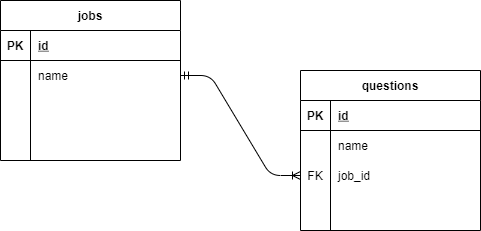
KojimaNaoyuki/self-analysis-tool-API keeps this draw.io diagram as .drawio.png. Above is the earlier version. Source tidied: cells renumbered, new cells last; positions are measured from the earlier drawing's top-left corner, leaving out a move shared by most shapes. Its diagram source:
```xml
<mxGraphModel>
  <root>
    <mxCell id="0" />
    <mxCell id="1" parent="0" />
    <mxCell id="2" value="questions" style="shape=table;startSize=30;rowLines=0;fontStyle=1;align=center;" parent="1" vertex="1">
      <mxGeometry x="300" y="70" width="180" height="160" as="geometry" />
    </mxCell>
    <mxCell id="3" style="shape=partialRectangle;fillColor=none;top=0;left=0;bottom=1;right=0;" parent="2" vertex="1">
      <mxGeometry y="30" width="180" height="30" as="geometry" />
    </mxCell>
    <mxCell id="4" value="PK" style="shape=partialRectangle;fillColor=none;top=0;left=0;bottom=0;right=0;fontStyle=1;overflow=hidden;" parent="3" vertex="1">
      <mxGeometry width="30" height="30" as="geometry" />
    </mxCell>
    <mxCell id="5" value="id" style="shape=partialRectangle;fillColor=none;top=0;left=0;bottom=0;right=0;align=left;spacingLeft=6;fontStyle=5;overflow=hidden;" parent="3" vertex="1">
      <mxGeometry x="30" width="150" height="30" as="geometry" />
    </mxCell>
    <mxCell id="6" style="shape=partialRectangle;fillColor=none;top=0;left=0;bottom=0;right=0;" parent="2" vertex="1">
      <mxGeometry y="60" width="180" height="30" as="geometry" />
    </mxCell>
    <mxCell id="7" style="shape=partialRectangle;fillColor=none;top=0;left=0;bottom=0;right=0;overflow=hidden;" parent="6" vertex="1">
      <mxGeometry width="30" height="30" as="geometry" />
    </mxCell>
    <mxCell id="8" value="name" style="shape=partialRectangle;fillColor=none;top=0;left=0;bottom=0;right=0;align=left;spacingLeft=6;overflow=hidden;" parent="6" vertex="1">
      <mxGeometry x="30" width="150" height="30" as="geometry" />
    </mxCell>
    <mxCell id="9" style="shape=partialRectangle;fillColor=none;top=0;left=0;bottom=0;right=0;points=[[0,0.5],[1,0.5]];portConstraint=eastwest;" parent="2" vertex="1">
      <mxGeometry y="90" width="180" height="30" as="geometry" />
    </mxCell>
    <mxCell id="10" value="FK" style="shape=partialRectangle;fillColor=none;top=0;left=0;bottom=0;right=0;overflow=hidden;" parent="9" vertex="1">
      <mxGeometry width="30" height="30" as="geometry" />
    </mxCell>
    <mxCell id="11" value="job_id" style="shape=partialRectangle;fillColor=none;top=0;left=0;bottom=0;right=0;align=left;spacingLeft=6;overflow=hidden;" parent="9" vertex="1">
      <mxGeometry x="30" width="150" height="30" as="geometry" />
    </mxCell>
    <mxCell id="12" style="shape=partialRectangle;fillColor=none;top=0;left=0;bottom=0;right=0;" parent="2" vertex="1">
      <mxGeometry y="120" width="180" height="30" as="geometry" />
    </mxCell>
    <mxCell id="13" style="shape=partialRectangle;fillColor=none;top=0;left=0;bottom=0;right=0;overflow=hidden;" parent="12" vertex="1">
      <mxGeometry width="30" height="30" as="geometry" />
    </mxCell>
    <mxCell id="14" style="shape=partialRectangle;fillColor=none;top=0;left=0;bottom=0;right=0;align=left;spacingLeft=6;overflow=hidden;" parent="12" vertex="1">
      <mxGeometry x="30" width="150" height="30" as="geometry" />
    </mxCell>
    <mxCell id="15" value="jobs" style="shape=table;startSize=30;rowLines=0;fontStyle=1;align=center;" parent="1" vertex="1">
      <mxGeometry width="180" height="160" as="geometry" />
    </mxCell>
    <mxCell id="16" style="shape=partialRectangle;fillColor=none;top=0;left=0;bottom=1;right=0;" parent="15" vertex="1">
      <mxGeometry y="30" width="180" height="30" as="geometry" />
    </mxCell>
    <mxCell id="17" value="PK" style="shape=partialRectangle;fillColor=none;top=0;left=0;bottom=0;right=0;fontStyle=1;overflow=hidden;" parent="16" vertex="1">
      <mxGeometry width="30" height="30" as="geometry" />
    </mxCell>
    <mxCell id="18" value="id" style="shape=partialRectangle;fillColor=none;top=0;left=0;bottom=0;right=0;align=left;spacingLeft=6;fontStyle=5;overflow=hidden;" parent="16" vertex="1">
      <mxGeometry x="30" width="150" height="30" as="geometry" />
    </mxCell>
    <mxCell id="19" style="shape=partialRectangle;fillColor=none;top=0;left=0;bottom=0;right=0;points=[[0,0.5],[1,0.5]];portConstraint=eastwest;" parent="15" vertex="1">
      <mxGeometry y="60" width="180" height="30" as="geometry" />
    </mxCell>
    <mxCell id="20" style="shape=partialRectangle;fillColor=none;top=0;left=0;bottom=0;right=0;overflow=hidden;" parent="19" vertex="1">
      <mxGeometry width="30" height="30" as="geometry" />
    </mxCell>
    <mxCell id="21" value="name" style="shape=partialRectangle;fillColor=none;top=0;left=0;bottom=0;right=0;align=left;spacingLeft=6;overflow=hidden;" parent="19" vertex="1">
      <mxGeometry x="30" width="150" height="30" as="geometry" />
    </mxCell>
    <mxCell id="22" style="shape=partialRectangle;fillColor=none;top=0;left=0;bottom=0;right=0;" parent="15" vertex="1">
      <mxGeometry y="90" width="180" height="30" as="geometry" />
    </mxCell>
    <mxCell id="23" style="shape=partialRectangle;fillColor=none;top=0;left=0;bottom=0;right=0;overflow=hidden;" parent="22" vertex="1">
      <mxGeometry width="30" height="30" as="geometry" />
    </mxCell>
    <mxCell id="24" style="shape=partialRectangle;fillColor=none;top=0;left=0;bottom=0;right=0;align=left;spacingLeft=6;overflow=hidden;" parent="22" vertex="1">
      <mxGeometry x="30" width="150" height="30" as="geometry" />
    </mxCell>
    <mxCell id="25" style="shape=partialRectangle;fillColor=none;top=0;left=0;bottom=0;right=0;" parent="15" vertex="1">
      <mxGeometry y="120" width="180" height="30" as="geometry" />
    </mxCell>
    <mxCell id="26" style="shape=partialRectangle;fillColor=none;top=0;left=0;bottom=0;right=0;overflow=hidden;" parent="25" vertex="1">
      <mxGeometry width="30" height="30" as="geometry" />
    </mxCell>
    <mxCell id="27" style="shape=partialRectangle;fillColor=none;top=0;left=0;bottom=0;right=0;align=left;spacingLeft=6;overflow=hidden;" parent="25" vertex="1">
      <mxGeometry x="30" width="150" height="30" as="geometry" />
    </mxCell>
    <mxCell id="28" style="edgeStyle=entityRelationEdgeStyle;fontSize=12;html=1;endArrow=ERoneToMany;startArrow=ERmandOne;exitX=1;exitY=0.5;exitDx=0;exitDy=0;entryX=0;entryY=0.5;entryDx=0;entryDy=0;" parent="1" edge="1" source="19" target="9">
      <mxGeometry relative="1" as="geometry" />
    </mxCell>
  </root>
</mxGraphModel>
```
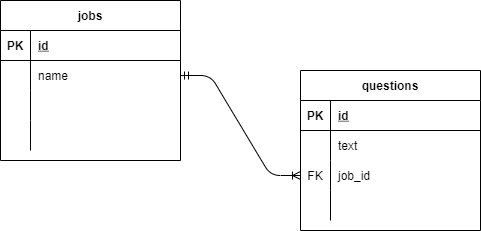
Above is the later version.

Change to the diagram source:
```diff
@@ -20,7 +20,7 @@
     <mxCell id="7" style="shape=partialRectangle;fillColor=none;top=0;left=0;bottom=0;right=0;overflow=hidden;" parent="6" vertex="1">
       <mxGeometry width="30" height="30" as="geometry" />
     </mxCell>
-    <mxCell id="8" value="name" style="shape=partialRectangle;fillColor=none;top=0;left=0;bottom=0;right=0;align=left;spacingLeft=6;overflow=hidden;" parent="6" vertex="1">
+    <mxCell id="8" value="text" style="shape=partialRectangle;fillColor=none;top=0;left=0;bottom=0;right=0;align=left;spacingLeft=6;overflow=hidden;" parent="6" vertex="1">
       <mxGeometry x="30" width="150" height="30" as="geometry" />
     </mxCell>
     <mxCell id="9" style="shape=partialRectangle;fillColor=none;top=0;left=0;bottom=0;right=0;points=[[0,0.5],[1,0.5]];portConstraint=eastwest;" parent="2" vertex="1">
```
